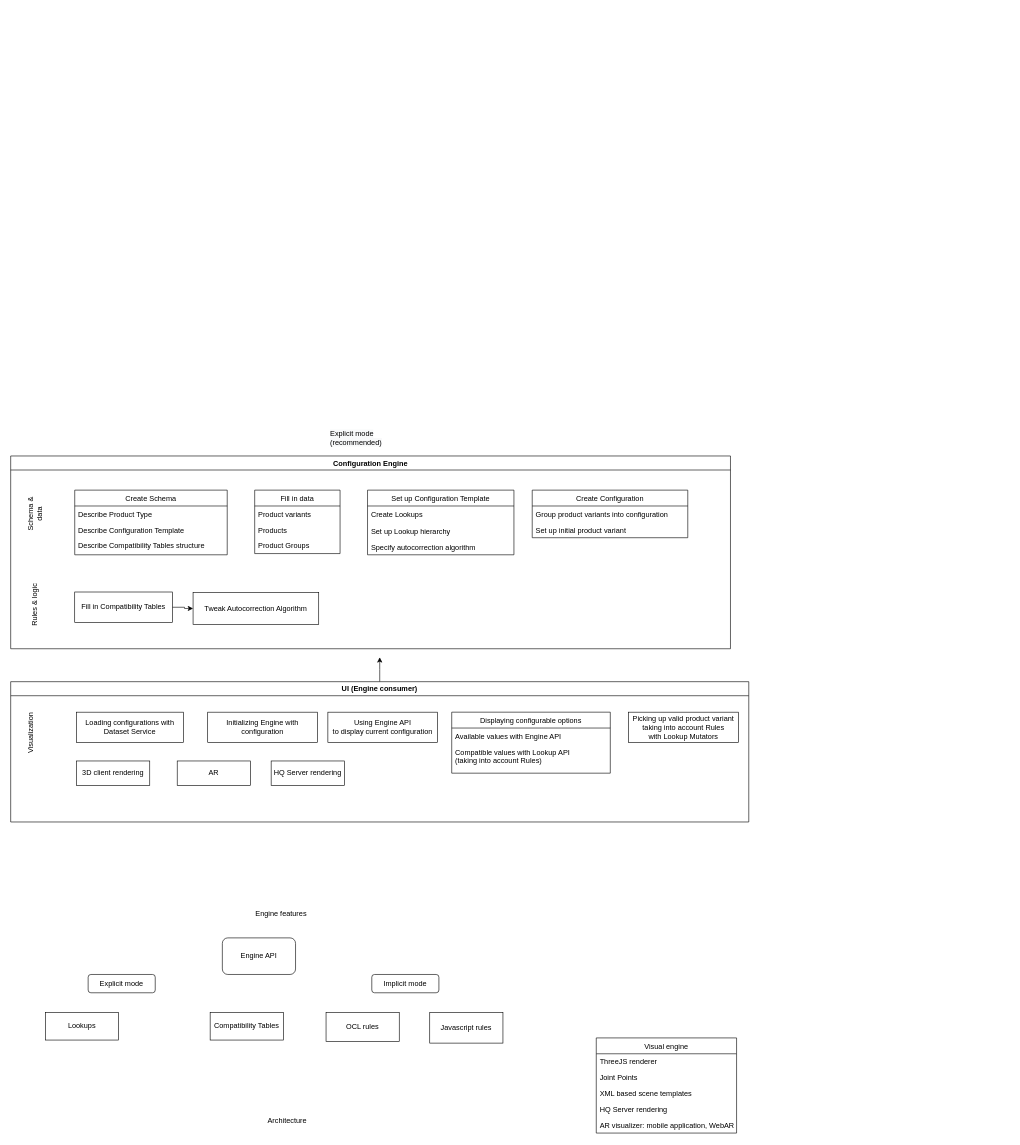
The draw.io diagram Flow.drawio in wheercool/chart, before the edit. Source tidied: cells renumbered, new cells numbered last; positions are measured from the earlier drawing's top-left corner, leaving out a move shared by most shapes. Both pictures are drawn from the tidied source at 61%, with x=0, y=0 at pixel (6, 425).
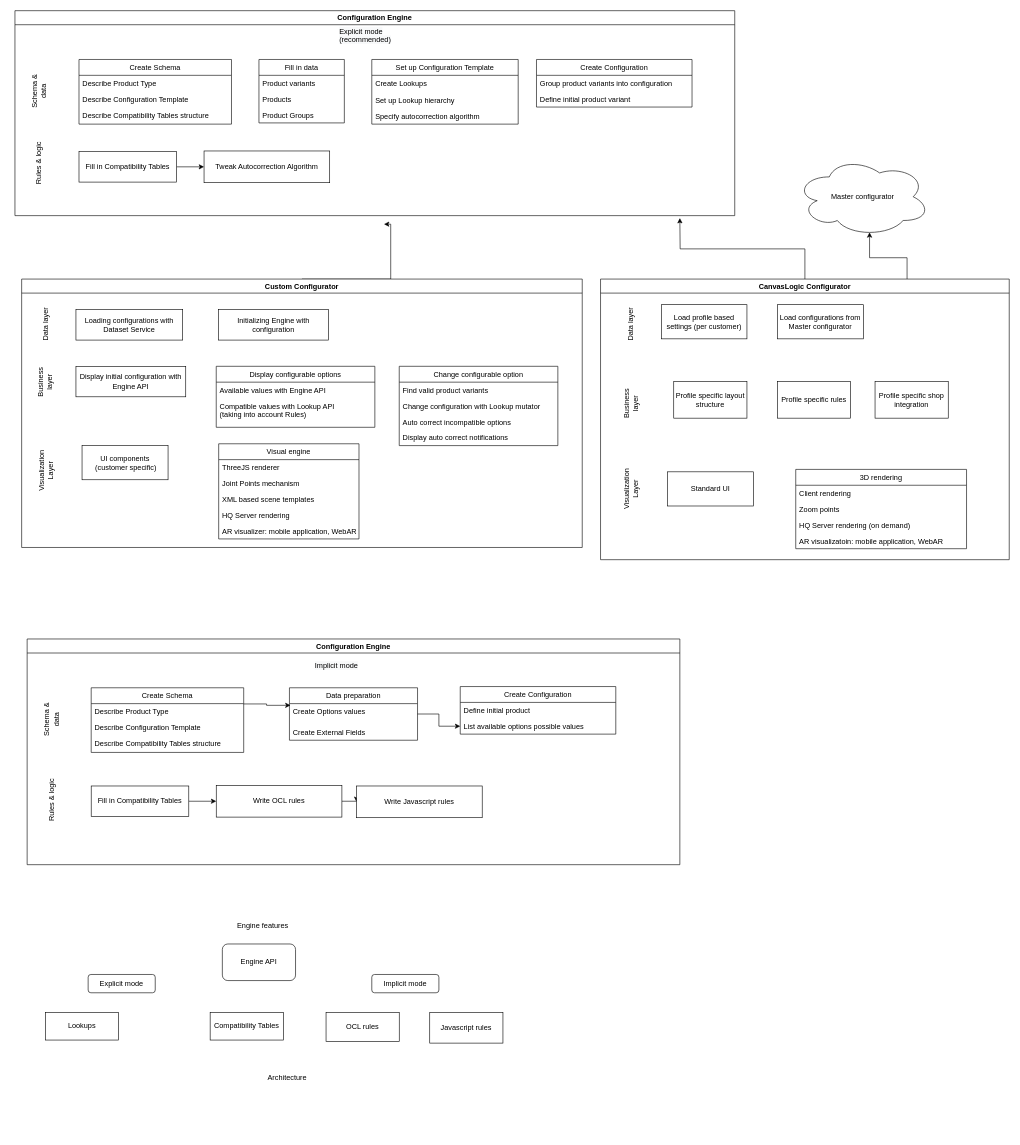
Above is the later version.

Change to the diagram source:
```diff
@@
     <mxCell id="2" value="Engine API" style="rounded=1;whiteSpace=wrap;html=1;" parent="1" vertex="1">
-      <mxGeometry x="354" y="840" width="120" height="60" as="geometry" />
+      <mxGeometry x="354" y="850" width="120" height="60" as="geometry" />
     </mxCell>
@@
-    <mxCell id="9" value="&lt;span style=&quot;color: rgb(0, 0, 0); font-family: helvetica; font-size: 12px; font-style: normal; font-weight: 400; letter-spacing: normal; text-align: center; text-indent: 0px; text-transform: none; word-spacing: 0px; background-color: rgb(248, 249, 250); display: inline; float: none;&quot;&gt;Explicit mode&lt;/span&gt;&lt;br style=&quot;color: rgb(0, 0, 0); font-family: helvetica; font-size: 12px; font-style: normal; font-weight: 400; letter-spacing: normal; text-align: center; text-indent: 0px; text-transform: none; word-spacing: 0px; background-color: rgb(248, 249, 250);&quot;&gt;&lt;span style=&quot;color: rgb(0, 0, 0); font-family: helvetica; font-size: 12px; font-style: normal; font-weight: 400; letter-spacing: normal; text-align: center; text-indent: 0px; text-transform: none; word-spacing: 0px; background-color: rgb(248, 249, 250); display: inline; float: none;&quot;&gt;(recommended)&lt;/span&gt;" style="text;whiteSpace=wrap;html=1;" parent="1" vertex="1">
-      <mxGeometry x="529" width="110" height="40" as="geometry" />
-    </mxCell>
     <mxCell id="10" value="Configuration Engine" style="swimlane;" parent="1" vertex="1">
-      <mxGeometry x="7" y="50" width="1180" height="316" as="geometry" />
+      <mxGeometry x="14" y="-680" width="1180" height="336" as="geometry" />
     </mxCell>
     <mxCell id="11" value="Set up Configuration Template" style="swimlane;fontStyle=0;horizontal=1;startSize=26;" parent="10" vertex="1">
-      <mxGeometry x="585" y="56" width="240" height="106" as="geometry" />
+      <mxGeometry x="585" y="80" width="240" height="106" as="geometry" />
     </mxCell>
@@
     <mxCell id="15" value="Create Configuration" style="swimlane;fontStyle=0;horizontal=1;startSize=26;" parent="10" vertex="1">
-      <mxGeometry x="855" y="56" width="255" height="78" as="geometry" />
+      <mxGeometry x="855" y="80" width="255" height="78" as="geometry" />
     </mxCell>
@@
-    <mxCell id="17" value="Set up initial product variant" style="text;strokeColor=none;fillColor=none;align=left;verticalAlign=top;spacingLeft=4;spacingRight=4;overflow=hidden;" parent="15" vertex="1">
+    <mxCell id="17" value="Define initial product variant" style="text;strokeColor=none;fillColor=none;align=left;verticalAlign=top;spacingLeft=4;spacingRight=4;overflow=hidden;" parent="15" vertex="1">
       <mxGeometry y="52" width="255" height="26" as="geometry" />
     </mxCell>
     <mxCell id="18" value="Fill in data" style="swimlane;fontStyle=0;horizontal=1;startSize=26;" parent="10" vertex="1">
-      <mxGeometry x="400" y="56" width="140" height="104" as="geometry" />
+      <mxGeometry x="400" y="80" width="140" height="104" as="geometry" />
     </mxCell>
@@
     <mxCell id="22" value="Create Schema" style="swimlane;fontStyle=0;horizontal=1;startSize=26;" parent="10" vertex="1">
-      <mxGeometry x="105" y="56" width="250" height="106" as="geometry" />
+      <mxGeometry x="105" y="80" width="250" height="106" as="geometry" />
     </mxCell>
@@
     <mxCell id="27" value="Fill in Compatibility Tables" style="rounded=0;whiteSpace=wrap;html=1;" parent="10" vertex="1">
-      <mxGeometry x="105" y="223" width="160" height="50" as="geometry" />
+      <mxGeometry x="105" y="231" width="160" height="50" as="geometry" />
     </mxCell>
     <mxCell id="28" value="Tweak Autocorrection Algorithm" style="rounded=0;whiteSpace=wrap;html=1;" parent="10" vertex="1">
-      <mxGeometry x="299" y="224" width="206" height="52" as="geometry" />
+      <mxGeometry x="310" y="230" width="206" height="52" as="geometry" />
     </mxCell>
     <mxCell id="29" value="Schema &amp;amp; data" style="text;html=1;strokeColor=none;fillColor=none;align=center;verticalAlign=middle;whiteSpace=wrap;rounded=0;rotation=-90;" parent="10" vertex="1">
-      <mxGeometry y="71" width="80" height="48" as="geometry" />
+      <mxGeometry y="108" width="80" height="48" as="geometry" />
     </mxCell>
     <mxCell id="30" value="Rules &amp;amp; logic" style="text;html=1;strokeColor=none;fillColor=none;align=center;verticalAlign=middle;whiteSpace=wrap;rounded=0;rotation=-90;" parent="10" vertex="1">
-      <mxGeometry y="220" width="80" height="48" as="geometry" />
+      <mxGeometry y="226" width="80" height="48" as="geometry" />
     </mxCell>
+    <mxCell id="9" value="&lt;span style=&quot;color: rgb(0, 0, 0); font-family: helvetica; font-size: 12px; font-style: normal; font-weight: 400; letter-spacing: normal; text-align: center; text-indent: 0px; text-transform: none; word-spacing: 0px; background-color: rgb(248, 249, 250); display: inline; float: none;&quot;&gt;Explicit mode&lt;/span&gt;&lt;br style=&quot;color: rgb(0, 0, 0); font-family: helvetica; font-size: 12px; font-style: normal; font-weight: 400; letter-spacing: normal; text-align: center; text-indent: 0px; text-transform: none; word-spacing: 0px; background-color: rgb(248, 249, 250);&quot;&gt;&lt;span style=&quot;color: rgb(0, 0, 0); font-family: helvetica; font-size: 12px; font-style: normal; font-weight: 400; letter-spacing: normal; text-align: center; text-indent: 0px; text-transform: none; word-spacing: 0px; background-color: rgb(248, 249, 250); display: inline; float: none;&quot;&gt;(recommended)&lt;/span&gt;" style="text;whiteSpace=wrap;html=1;" parent="10" vertex="1">
+      <mxGeometry x="530" y="20" width="110" height="40" as="geometry" />
+    </mxCell>
     <mxCell id="31" style="edgeStyle=orthogonalEdgeStyle;rounded=0;jettySize=auto;html=1;exitX=0.5;exitY=0;exitDx=0;exitDy=0;" parent="1" edge="1" source="32">
       <mxGeometry relative="1" as="geometry">
-        <mxPoint x="612" y="380" as="targetPoint" />
+        <mxPoint x="619" y="-330" as="targetPoint" />
+        <Array as="points">
+          <mxPoint x="630" y="-330" />
+        </Array>
       </mxGeometry>
     </mxCell>
-    <mxCell id="32" value="UI (Engine consumer)" style="swimlane;" parent="1" vertex="1">
-      <mxGeometry x="7" y="420" width="1210" height="230" as="geometry" />
+    <mxCell id="32" value="Custom Configurator" style="swimlane;" parent="1" vertex="1">
+      <mxGeometry x="25" y="-240" width="919" height="440" as="geometry" />
     </mxCell>
-    <mxCell id="33" value="Visualization" style="text;html=1;strokeColor=none;fillColor=none;align=center;verticalAlign=middle;whiteSpace=wrap;rounded=0;rotation=-90;" parent="32" vertex="1">
-      <mxGeometry x="-7" y="60" width="80" height="48" as="geometry" />
+    <mxCell id="33" value="Visualization Layer" style="text;html=1;strokeColor=none;fillColor=none;align=center;verticalAlign=middle;whiteSpace=wrap;rounded=0;rotation=-90;" parent="32" vertex="1">
+      <mxGeometry y="290" width="80" height="48" as="geometry" />
     </mxCell>
@@
     <mxCell id="35" value="Loading configurations with Dataset Service" style="rounded=0;whiteSpace=wrap;html=1;" parent="32" vertex="1">
-      <mxGeometry x="108" y="50" width="175" height="50" as="geometry" />
+      <mxGeometry x="89" y="50" width="175" height="50" as="geometry" />
     </mxCell>
-    <mxCell id="36" value="Using Engine API&lt;br&gt;to display current configuration" style="rounded=0;whiteSpace=wrap;html=1;" parent="32" vertex="1">
-      <mxGeometry x="520" y="50" width="180" height="50" as="geometry" />
+    <mxCell id="36" value="Display initial configuration with Engine API" style="rounded=0;whiteSpace=wrap;html=1;" parent="32" vertex="1">
+      <mxGeometry x="89" y="143" width="180" height="50" as="geometry" />
     </mxCell>
-    <mxCell id="37" value="Picking up valid product variant&lt;br&gt;taking into account Rules&lt;br&gt;with Lookup Mutators" style="rounded=0;whiteSpace=wrap;html=1;" parent="32" vertex="1">
-      <mxGeometry x="1013" y="50" width="180" height="50" as="geometry" />
-    </mxCell>
-    <mxCell id="38" value="Displaying configurable options" style="swimlane;fontStyle=0;horizontal=1;startSize=26;" parent="32" vertex="1">
-      <mxGeometry x="723" y="50" width="260" height="100" as="geometry" />
+    <mxCell id="38" value="Display configurable options" style="swimlane;fontStyle=0;horizontal=1;startSize=26;" parent="32" vertex="1">
+      <mxGeometry x="319" y="143" width="260" height="100" as="geometry" />
     </mxCell>
@@
-    <mxCell id="41" value="3D client rendering" style="rounded=0;whiteSpace=wrap;html=1;" parent="32" vertex="1">
-      <mxGeometry x="108" y="130" width="120" height="40" as="geometry" />
-    </mxCell>
-    <mxCell id="42" value="HQ Server rendering" style="rounded=0;whiteSpace=wrap;html=1;" parent="32" vertex="1">
-      <mxGeometry x="427" y="130" width="120" height="40" as="geometry" />
-    </mxCell>
-    <mxCell id="43" value="AR&lt;br&gt;" style="rounded=0;whiteSpace=wrap;html=1;" parent="32" vertex="1">
-      <mxGeometry x="273" y="130" width="120" height="40" as="geometry" />
-    </mxCell>
-    <mxCell id="44" value="Engine features" style="text;html=1;strokeColor=none;fillColor=none;align=center;verticalAlign=middle;whiteSpace=wrap;rounded=0;" parent="1" vertex="1">
-      <mxGeometry x="374" y="780" width="153" height="40" as="geometry" />
-    </mxCell>
-    <mxCell id="45" value="Architecture" style="text;html=1;strokeColor=none;fillColor=none;align=center;verticalAlign=middle;whiteSpace=wrap;rounded=0;" parent="1" vertex="1">
-      <mxGeometry x="384" y="1120" width="153" height="40" as="geometry" />
-    </mxCell>
+    <mxCell id="52" value="Business layer" style="text;html=1;strokeColor=none;fillColor=none;align=center;verticalAlign=middle;whiteSpace=wrap;rounded=0;rotation=-90;" parent="32" vertex="1">
+      <mxGeometry x="-1" y="145" width="80" height="48" as="geometry" />
+    </mxCell>
+    <mxCell id="53" value="Data layer" style="text;html=1;strokeColor=none;fillColor=none;align=center;verticalAlign=middle;whiteSpace=wrap;rounded=0;rotation=-90;" parent="32" vertex="1">
+      <mxGeometry x="-1" y="50" width="80" height="48" as="geometry" />
+    </mxCell>
+    <mxCell id="54" value="Change configurable option" style="swimlane;fontStyle=0;horizontal=1;startSize=26;" parent="32" vertex="1">
+      <mxGeometry x="619" y="143" width="260" height="130" as="geometry" />
+    </mxCell>
+    <mxCell id="55" value="Find valid product variants" style="text;strokeColor=none;fillColor=none;align=left;verticalAlign=top;spacingLeft=4;spacingRight=4;overflow=hidden;" parent="54" vertex="1">
+      <mxGeometry y="26" width="260" height="26" as="geometry" />
+    </mxCell>
+    <mxCell id="56" value="Change configuration with Lookup mutator" style="text;strokeColor=none;fillColor=none;align=left;verticalAlign=top;spacingLeft=4;spacingRight=4;overflow=hidden;" parent="54" vertex="1">
+      <mxGeometry y="52" width="260" height="26" as="geometry" />
+    </mxCell>
+    <mxCell id="57" value="Auto correct incompatible options" style="text;strokeColor=none;fillColor=none;align=left;verticalAlign=top;spacingLeft=4;spacingRight=4;overflow=hidden;" parent="54" vertex="1">
+      <mxGeometry y="78" width="260" height="26" as="geometry" />
+    </mxCell>
+    <mxCell id="58" value="Display auto correct notifications" style="text;strokeColor=none;fillColor=none;align=left;verticalAlign=top;spacingLeft=4;spacingRight=4;overflow=hidden;" parent="54" vertex="1">
+      <mxGeometry y="104" width="260" height="26" as="geometry" />
+    </mxCell>
+    <mxCell id="59" value="UI components&lt;br&gt;&amp;nbsp;(customer specific)" style="rounded=0;whiteSpace=wrap;html=1;" parent="32" vertex="1">
+      <mxGeometry x="99" y="273" width="141" height="56" as="geometry" />
+    </mxCell>
-    <mxCell id="46" value="Visual engine" style="swimlane;fontStyle=0;horizontal=1;startSize=26;" parent="1" vertex="1">
-      <mxGeometry x="967" y="1004" width="230" height="156" as="geometry" />
+    <mxCell id="46" value="Visual engine" style="swimlane;fontStyle=0;horizontal=1;startSize=26;" parent="32" vertex="1">
+      <mxGeometry x="323" y="270" width="230" height="156" as="geometry" />
     </mxCell>
@@
-    <mxCell id="48" value="Joint Points" style="text;strokeColor=none;fillColor=none;align=left;verticalAlign=top;spacingLeft=4;spacingRight=4;overflow=hidden;" parent="46" vertex="1">
+    <mxCell id="48" value="Joint Points mechanism" style="text;strokeColor=none;fillColor=none;align=left;verticalAlign=top;spacingLeft=4;spacingRight=4;overflow=hidden;" parent="46" vertex="1">
       <mxGeometry y="52" width="230" height="26" as="geometry" />
     </mxCell>
@@
+    <mxCell id="44" value="Engine features" style="text;html=1;strokeColor=none;fillColor=none;align=center;verticalAlign=middle;whiteSpace=wrap;rounded=0;" parent="1" vertex="1">
+      <mxGeometry x="344" y="800" width="153" height="40" as="geometry" />
+    </mxCell>
+    <mxCell id="45" value="Architecture" style="text;html=1;strokeColor=none;fillColor=none;align=center;verticalAlign=middle;whiteSpace=wrap;rounded=0;" parent="1" vertex="1">
+      <mxGeometry x="384" y="1050" width="153" height="40" as="geometry" />
+    </mxCell>
+    <mxCell id="60" style="edgeStyle=orthogonalEdgeStyle;rounded=0;jettySize=auto;html=1;exitX=0.5;exitY=0;exitDx=0;exitDy=0;" parent="1" edge="1" source="62">
+      <mxGeometry relative="1" as="geometry">
+        <mxPoint x="1104" y="-340" as="targetPoint" />
+      </mxGeometry>
+    </mxCell>
+    <mxCell id="61" style="edgeStyle=orthogonalEdgeStyle;rounded=0;jettySize=auto;html=1;exitX=0.75;exitY=0;exitDx=0;exitDy=0;entryX=0.55;entryY=0.95;entryDx=0;entryDy=0;entryPerimeter=0;" parent="1" edge="1" source="62" target="77">
+      <mxGeometry relative="1" as="geometry" />
+    </mxCell>
+    <mxCell id="62" value="CanvasLogic Configurator" style="swimlane;" parent="1" vertex="1">
+      <mxGeometry x="974" y="-240" width="670" height="460" as="geometry" />
+    </mxCell>
+    <mxCell id="63" value="Data layer" style="text;html=1;strokeColor=none;fillColor=none;align=center;verticalAlign=middle;whiteSpace=wrap;rounded=0;rotation=-90;" parent="62" vertex="1">
+      <mxGeometry x="10" y="50" width="80" height="48" as="geometry" />
+    </mxCell>
+    <mxCell id="64" value="Business layer" style="text;html=1;strokeColor=none;fillColor=none;align=center;verticalAlign=middle;whiteSpace=wrap;rounded=0;rotation=-90;" parent="62" vertex="1">
+      <mxGeometry x="10" y="180" width="80" height="48" as="geometry" />
+    </mxCell>
+    <mxCell id="65" value="Visualization Layer" style="text;html=1;strokeColor=none;fillColor=none;align=center;verticalAlign=middle;whiteSpace=wrap;rounded=0;rotation=-90;" parent="62" vertex="1">
+      <mxGeometry x="10" y="320" width="80" height="48" as="geometry" />
+    </mxCell>
+    <mxCell id="66" value="Standard UI" style="rounded=0;whiteSpace=wrap;html=1;" parent="62" vertex="1">
+      <mxGeometry x="110" y="316" width="141" height="56" as="geometry" />
+    </mxCell>
+    <mxCell id="67" value="3D rendering" style="swimlane;fontStyle=0;horizontal=1;startSize=26;" parent="62" vertex="1">
+      <mxGeometry x="320" y="312" width="280" height="130" as="geometry" />
+    </mxCell>
+    <mxCell id="68" value="Client rendering" style="text;strokeColor=none;fillColor=none;align=left;verticalAlign=top;spacingLeft=4;spacingRight=4;overflow=hidden;" parent="67" vertex="1">
+      <mxGeometry y="26" width="280" height="26" as="geometry" />
+    </mxCell>
+    <mxCell id="69" value="Zoom points" style="text;strokeColor=none;fillColor=none;align=left;verticalAlign=top;spacingLeft=4;spacingRight=4;overflow=hidden;" parent="67" vertex="1">
+      <mxGeometry y="52" width="280" height="26" as="geometry" />
+    </mxCell>
+    <mxCell id="70" value="HQ Server rendering (on demand)" style="text;strokeColor=none;fillColor=none;align=left;verticalAlign=top;spacingLeft=4;spacingRight=4;overflow=hidden;" parent="67" vertex="1">
+      <mxGeometry y="78" width="280" height="26" as="geometry" />
+    </mxCell>
+    <mxCell id="71" value="AR visualizatoin: mobile application, WebAR" style="text;strokeColor=none;fillColor=none;align=left;verticalAlign=top;spacingLeft=4;spacingRight=4;overflow=hidden;" parent="67" vertex="1">
+      <mxGeometry y="104" width="280" height="26" as="geometry" />
+    </mxCell>
+    <mxCell id="72" value="Load configurations from Master configurator" style="rounded=0;whiteSpace=wrap;html=1;" parent="62" vertex="1">
+      <mxGeometry x="290" y="42" width="141" height="56" as="geometry" />
+    </mxCell>
+    <mxCell id="73" value="Load profile based settings (per customer)" style="rounded=0;whiteSpace=wrap;html=1;" parent="62" vertex="1">
+      <mxGeometry x="100" y="42" width="140" height="56" as="geometry" />
+    </mxCell>
+    <mxCell id="74" value="Profile specific layout structure" style="rounded=0;whiteSpace=wrap;html=1;" parent="62" vertex="1">
+      <mxGeometry x="120" y="168" width="120" height="60" as="geometry" />
+    </mxCell>
+    <mxCell id="75" value="Profile specific rules" style="rounded=0;whiteSpace=wrap;html=1;" parent="62" vertex="1">
+      <mxGeometry x="290" y="168" width="120" height="60" as="geometry" />
+    </mxCell>
+    <mxCell id="76" value="Profile specific shop integration" style="rounded=0;whiteSpace=wrap;html=1;" parent="62" vertex="1">
+      <mxGeometry x="450" y="168" width="120" height="60" as="geometry" />
+    </mxCell>
+    <mxCell id="77" value="Master configurator" style="ellipse;shape=cloud;whiteSpace=wrap;html=1;" parent="1" vertex="1">
+      <mxGeometry x="1294" y="-440" width="220" height="130" as="geometry" />
+    </mxCell>
+    <mxCell id="78" value="Configuration Engine" style="swimlane;" parent="1" vertex="1">
+      <mxGeometry x="34" y="350" width="1070" height="370" as="geometry" />
+    </mxCell>
+    <mxCell id="79" value="Create Configuration" style="swimlane;fontStyle=0;horizontal=1;startSize=26;" parent="78" vertex="1">
+      <mxGeometry x="710" y="78" width="255" height="78" as="geometry" />
+    </mxCell>
+    <mxCell id="80" value="Define initial product&#10;" style="text;strokeColor=none;fillColor=none;align=left;verticalAlign=top;spacingLeft=4;spacingRight=4;overflow=hidden;" parent="79" vertex="1">
+      <mxGeometry y="26" width="255" height="26" as="geometry" />
+    </mxCell>
+    <mxCell id="81" value="List available options possible values" style="text;strokeColor=none;fillColor=none;align=left;verticalAlign=top;spacingLeft=4;spacingRight=4;overflow=hidden;points=[[0,0.5],[1,0.5]];portConstraint=eastwest;" parent="79" vertex="1">
+      <mxGeometry y="52" width="255" height="26" as="geometry" />
+    </mxCell>
+    <mxCell id="82" value="Data preparation" style="swimlane;fontStyle=0;horizontal=1;startSize=26;" parent="78" vertex="1">
+      <mxGeometry x="430" y="80" width="210" height="86" as="geometry" />
+    </mxCell>
+    <mxCell id="83" value="Create Options values" style="text;strokeColor=none;fillColor=none;align=left;verticalAlign=top;spacingLeft=4;spacingRight=4;overflow=hidden;points=[[0,0.5],[1,0.5]];portConstraint=eastwest;" parent="82" vertex="1">
+      <mxGeometry y="26" width="210" height="34" as="geometry" />
+    </mxCell>
+    <mxCell id="84" value="Create External Fields" style="text;strokeColor=none;fillColor=none;align=left;verticalAlign=top;spacingLeft=4;spacingRight=4;overflow=hidden;" parent="82" vertex="1">
+      <mxGeometry y="60" width="210" height="26" as="geometry" />
+    </mxCell>
+    <mxCell id="85" style="edgeStyle=orthogonalEdgeStyle;rounded=0;jettySize=auto;html=1;exitX=1;exitY=0.25;exitDx=0;exitDy=0;entryX=0.008;entryY=0.081;entryDx=0;entryDy=0;entryPerimeter=0;" parent="78" edge="1" source="86" target="83">
+      <mxGeometry relative="1" as="geometry" />
+    </mxCell>
+    <mxCell id="86" value="Create Schema" style="swimlane;fontStyle=0;horizontal=1;startSize=26;" parent="78" vertex="1">
+      <mxGeometry x="105" y="80" width="250" height="106" as="geometry" />
+    </mxCell>
+    <mxCell id="87" value="Describe Product Type " style="text;strokeColor=none;fillColor=none;align=left;verticalAlign=top;spacingLeft=4;spacingRight=4;overflow=hidden;" parent="86" vertex="1">
+      <mxGeometry y="26" width="250" height="26" as="geometry" />
+    </mxCell>
+    <mxCell id="88" value="Describe Configuration Template" style="text;strokeColor=none;fillColor=none;align=left;verticalAlign=top;spacingLeft=4;spacingRight=4;overflow=hidden;" parent="86" vertex="1">
+      <mxGeometry y="52" width="250" height="26" as="geometry" />
+    </mxCell>
+    <mxCell id="89" value="Describe Compatibility Tables structure" style="text;strokeColor=none;fillColor=none;align=left;verticalAlign=top;spacingLeft=4;spacingRight=4;overflow=hidden;" parent="86" vertex="1">
+      <mxGeometry y="78" width="250" height="28" as="geometry" />
+    </mxCell>
+    <mxCell id="90" style="edgeStyle=orthogonalEdgeStyle;rounded=0;jettySize=auto;html=1;" parent="78" edge="1" source="91" target="93">
+      <mxGeometry relative="1" as="geometry" />
+    </mxCell>
+    <mxCell id="91" value="Fill in Compatibility Tables" style="rounded=0;whiteSpace=wrap;html=1;" parent="78" vertex="1">
+      <mxGeometry x="105" y="241" width="160" height="50" as="geometry" />
+    </mxCell>
+    <mxCell id="92" style="edgeStyle=orthogonalEdgeStyle;rounded=0;jettySize=auto;html=1;exitX=1;exitY=0.5;exitDx=0;exitDy=0;entryX=0;entryY=0.5;entryDx=0;entryDy=0;" parent="78" edge="1" source="93" target="97">
+      <mxGeometry relative="1" as="geometry" />
+    </mxCell>
+    <mxCell id="93" value="Write OCL rules" style="rounded=0;whiteSpace=wrap;html=1;" parent="78" vertex="1">
+      <mxGeometry x="310" y="240" width="206" height="52" as="geometry" />
+    </mxCell>
+    <mxCell id="94" value="Schema &amp;amp; data" style="text;html=1;strokeColor=none;fillColor=none;align=center;verticalAlign=middle;whiteSpace=wrap;rounded=0;rotation=-90;" parent="78" vertex="1">
+      <mxGeometry y="108" width="80" height="48" as="geometry" />
+    </mxCell>
+    <mxCell id="95" value="Rules &amp;amp; logic" style="text;html=1;strokeColor=none;fillColor=none;align=center;verticalAlign=middle;whiteSpace=wrap;rounded=0;rotation=-90;" parent="78" vertex="1">
+      <mxGeometry y="240" width="80" height="48" as="geometry" />
+    </mxCell>
+    <mxCell id="96" value="&lt;span style=&quot;color: rgb(0 , 0 , 0) ; font-family: &amp;#34;helvetica&amp;#34; ; font-size: 12px ; font-style: normal ; font-weight: 400 ; letter-spacing: normal ; text-align: center ; text-indent: 0px ; text-transform: none ; word-spacing: 0px ; background-color: rgb(248 , 249 , 250) ; display: inline ; float: none&quot;&gt;Implicit mode&lt;/span&gt;" style="text;whiteSpace=wrap;html=1;" parent="78" vertex="1">
+      <mxGeometry x="470" y="30" width="110" height="40" as="geometry" />
+    </mxCell>
+    <mxCell id="97" value="Write Javascript rules" style="rounded=0;whiteSpace=wrap;html=1;" parent="78" vertex="1">
+      <mxGeometry x="540" y="241" width="206" height="52" as="geometry" />
+    </mxCell>
+    <mxCell id="98" style="edgeStyle=orthogonalEdgeStyle;rounded=0;jettySize=auto;html=1;exitX=1;exitY=0.5;exitDx=0;exitDy=0;entryX=0;entryY=0.5;entryDx=0;entryDy=0;" parent="78" edge="1" source="83" target="81">
+      <mxGeometry relative="1" as="geometry" />
+    </mxCell>
```
